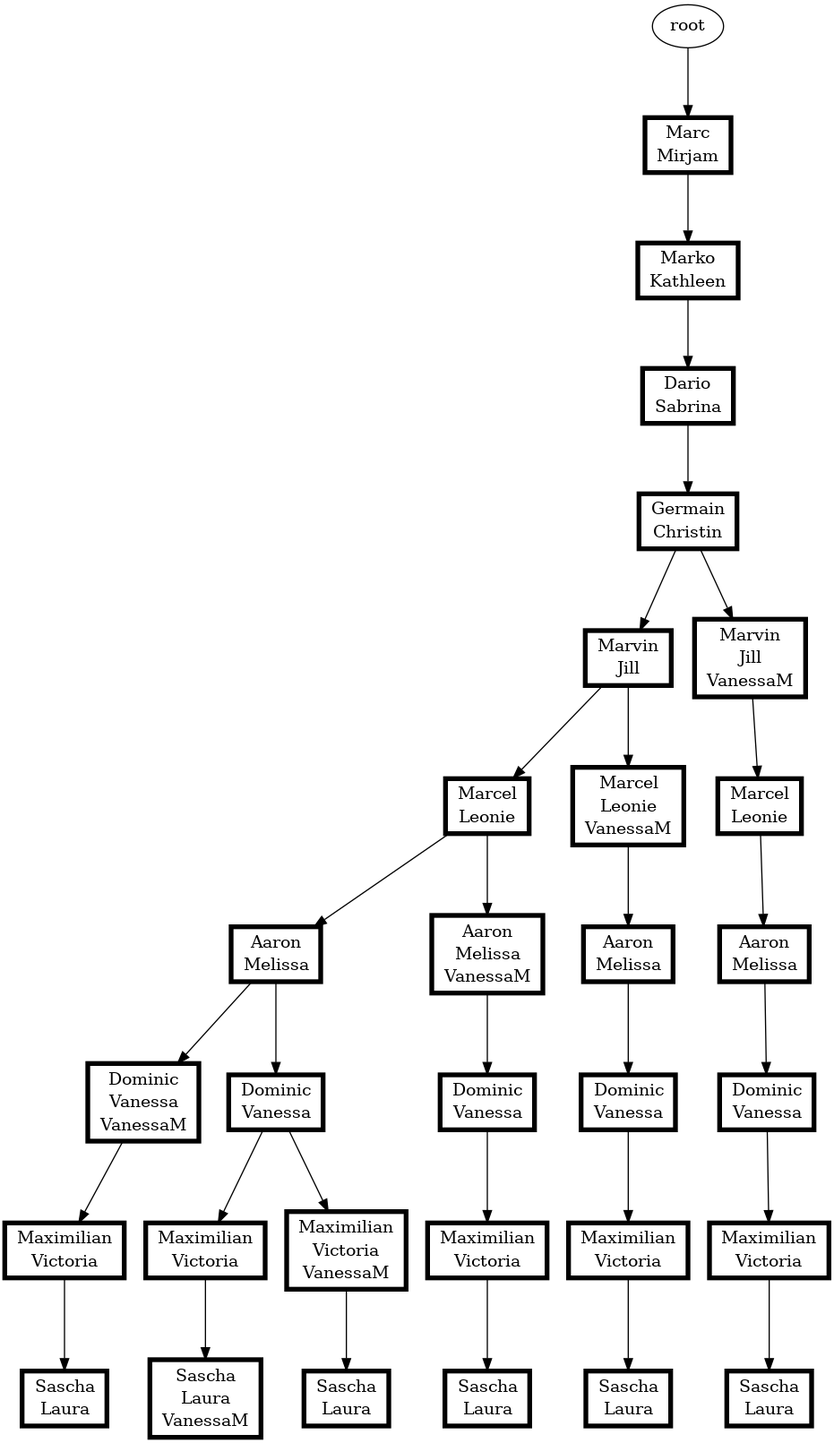
Before: s02/s02.png, a diagram exported from Graphviz (atticus-sullivan/sim-ayto). Its source is kept beside it as s02/s02.dot.
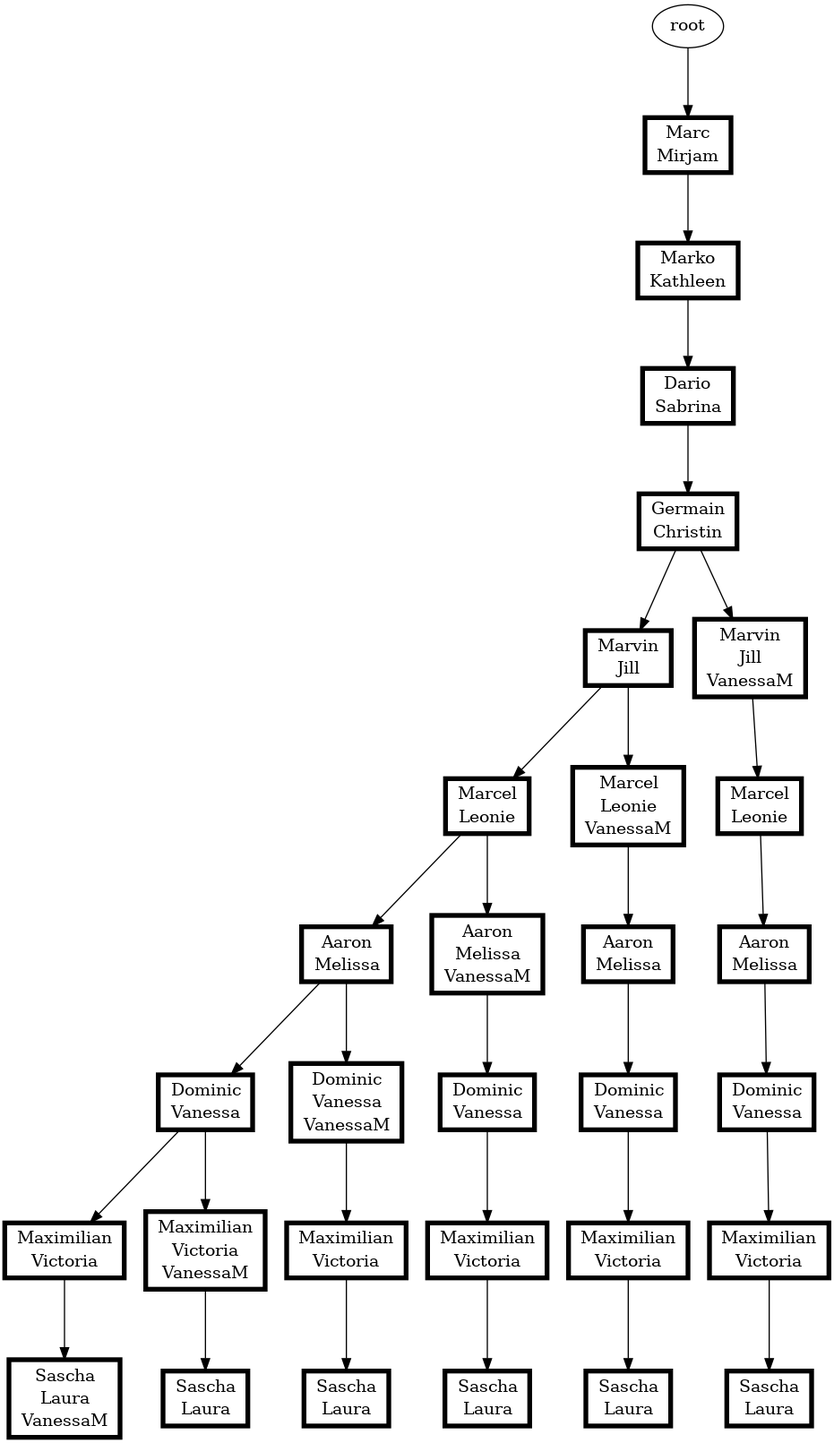
After the commit.

Change to the diagram source:
```diff
@@ -2,62 +2,62 @@
 ranksep=0.8;
 {"root|5|7|7|3|2|8|4|1|8|2|6|5|1|6|3|9|9|10|10|4,11"[shape="record" penwidth=4.0 color="black" label=<<table border="0" cellborder="0" cellspacing="0"><tr><td>Sascha</td></tr><tr><td>Laura</td></tr><tr><td>VanessaM</td></tr></table>>]}
 "root|5|7|7|3|2|8|4|1|8|2|6|5|1|6|3|9|9|10" -> {"root|5|7|7|3|2|8|4|1|8|2|6|5|1|6|3|9|9|10|10|4,11"}
-{"root|5|7|7|3|2|8|4|1|8|2|6|5|1|6|3|9,11"[shape="record" penwidth=4.0 color="black" label=<<table border="0" cellborder="0" cellspacing="0"><tr><td>Dominic</td></tr><tr><td>Vanessa</td></tr><tr><td>VanessaM</td></tr></table>>]}
-"root|5|7|7|3|2|8|4|1|8|2|6|5|1|6" -> {"root|5|7|7|3|2|8|4|1|8|2|6|5|1|6|3|9,11"}
-{"root|5|7|7|3"[shape="record" penwidth=4.0 color="black" label=<<table border="0" cellborder="0" cellspacing="0"><tr><td>Marko</td></tr><tr><td>Kathleen</td></tr></table>>]}
-"root|5|7" -> {"root|5|7|7|3"}
+{"root|5|7|7|3|2|8|4|1|8|2|6|5"[shape="record" penwidth=4.0 color="black" label=<<table border="0" cellborder="0" cellspacing="0"><tr><td>Marcel</td></tr><tr><td>Leonie</td></tr></table>>]}
+"root|5|7|7|3|2|8|4|1|8|2" -> {"root|5|7|7|3|2|8|4|1|8|2|6|5"}
+{"root|5|7|7|3|2|8|4|1|8|2,11|6|5|1|6|3|9|9|10|10|4"[shape="record" penwidth=4.0 color="black" label=<<table border="0" cellborder="0" cellspacing="0"><tr><td>Sascha</td></tr><tr><td>Laura</td></tr></table>>]}
+"root|5|7|7|3|2|8|4|1|8|2,11|6|5|1|6|3|9|9|10" -> {"root|5|7|7|3|2|8|4|1|8|2,11|6|5|1|6|3|9|9|10|10|4"}
+{"root|5|7|7|3|2|8|4|1|8|2|6|5|1|6|3|9|9|10,11|10|4"[shape="record" penwidth=4.0 color="black" label=<<table border="0" cellborder="0" cellspacing="0"><tr><td>Sascha</td></tr><tr><td>Laura</td></tr></table>>]}
+"root|5|7|7|3|2|8|4|1|8|2|6|5|1|6|3|9|9|10,11" -> {"root|5|7|7|3|2|8|4|1|8|2|6|5|1|6|3|9|9|10,11|10|4"}
+{"root|5|7"[shape="record" penwidth=4.0 color="black" label=<<table border="0" cellborder="0" cellspacing="0"><tr><td>Marc</td></tr><tr><td>Mirjam</td></tr></table>>]}
+"root" -> {"root|5|7"}
+{"root|5|7|7|3|2|8|4|1|8|2"[shape="record" penwidth=4.0 color="black" label=<<table border="0" cellborder="0" cellspacing="0"><tr><td>Marvin</td></tr><tr><td>Jill</td></tr></table>>]}
+"root|5|7|7|3|2|8|4|1" -> {"root|5|7|7|3|2|8|4|1|8|2"}
 {"root|5|7|7|3|2|8|4|1|8|2|6|5|1|6|3|9|9|10"[shape="record" penwidth=4.0 color="black" label=<<table border="0" cellborder="0" cellspacing="0"><tr><td>Maximilian</td></tr><tr><td>Victoria</td></tr></table>>]}
 "root|5|7|7|3|2|8|4|1|8|2|6|5|1|6|3|9" -> {"root|5|7|7|3|2|8|4|1|8|2|6|5|1|6|3|9|9|10"}
-{"root|5|7|7|3|2|8|4|1|8|2|6|5"[shape="record" penwidth=4.0 color="black" label=<<table border="0" cellborder="0" cellspacing="0"><tr><td>Marcel</td></tr><tr><td>Leonie</td></tr></table>>]}
-"root|5|7|7|3|2|8|4|1|8|2" -> {"root|5|7|7|3|2|8|4|1|8|2|6|5"}
-{"root|5|7"[shape="record" penwidth=4.0 color="black" label=<<table border="0" cellborder="0" cellspacing="0"><tr><td>Marc</td></tr><tr><td>Mirjam</td></tr></table>>]}
-"root" -> {"root|5|7"}
-{"root|5|7|7|3|2|8|4|1|8|2|6|5|1|6|3|9|9|10,11"[shape="record" penwidth=4.0 color="black" label=<<table border="0" cellborder="0" cellspacing="0"><tr><td>Maximilian</td></tr><tr><td>Victoria</td></tr><tr><td>VanessaM</td></tr></table>>]}
-"root|5|7|7|3|2|8|4|1|8|2|6|5|1|6|3|9" -> {"root|5|7|7|3|2|8|4|1|8|2|6|5|1|6|3|9|9|10,11"}
+{"root|5|7|7|3|2|8|4|1|8|2,11|6|5|1|6|3|9"[shape="record" penwidth=4.0 color="black" label=<<table border="0" cellborder="0" cellspacing="0"><tr><td>Dominic</td></tr><tr><td>Vanessa</td></tr></table>>]}
+"root|5|7|7|3|2|8|4|1|8|2,11|6|5|1|6" -> {"root|5|7|7|3|2|8|4|1|8|2,11|6|5|1|6|3|9"}
+{"root|5|7|7|3|2|8|4|1|8|2|6|5|1|6|3|9,11|9|10"[shape="record" penwidth=4.0 color="black" label=<<table border="0" cellborder="0" cellspacing="0"><tr><td>Maximilian</td></tr><tr><td>Victoria</td></tr></table>>]}
+"root|5|7|7|3|2|8|4|1|8|2|6|5|1|6|3|9,11" -> {"root|5|7|7|3|2|8|4|1|8|2|6|5|1|6|3|9,11|9|10"}
+{"root|5|7|7|3|2|8|4|1|8|2|6|5,11|1|6|3|9"[shape="record" penwidth=4.0 color="black" label=<<table border="0" cellborder="0" cellspacing="0"><tr><td>Dominic</td></tr><tr><td>Vanessa</td></tr></table>>]}
+"root|5|7|7|3|2|8|4|1|8|2|6|5,11|1|6" -> {"root|5|7|7|3|2|8|4|1|8|2|6|5,11|1|6|3|9"}
+{"root|5|7|7|3|2|8"[shape="record" penwidth=4.0 color="black" label=<<table border="0" cellborder="0" cellspacing="0"><tr><td>Dario</td></tr><tr><td>Sabrina</td></tr></table>>]}
+"root|5|7|7|3" -> {"root|5|7|7|3|2|8"}
+{"root|5|7|7|3|2|8|4|1|8|2,11|6|5|1|6|3|9|9|10"[shape="record" penwidth=4.0 color="black" label=<<table border="0" cellborder="0" cellspacing="0"><tr><td>Maximilian</td></tr><tr><td>Victoria</td></tr></table>>]}
+"root|5|7|7|3|2|8|4|1|8|2,11|6|5|1|6|3|9" -> {"root|5|7|7|3|2|8|4|1|8|2,11|6|5|1|6|3|9|9|10"}
+{"root|5|7|7|3|2|8|4|1|8|2|6|5|1|6|3|9"[shape="record" penwidth=4.0 color="black" label=<<table border="0" cellborder="0" cellspacing="0"><tr><td>Dominic</td></tr><tr><td>Vanessa</td></tr></table>>]}
+"root|5|7|7|3|2|8|4|1|8|2|6|5|1|6" -> {"root|5|7|7|3|2|8|4|1|8|2|6|5|1|6|3|9"}
+{"root|5|7|7|3|2|8|4|1|8|2|6|5|1|6"[shape="record" penwidth=4.0 color="black" label=<<table border="0" cellborder="0" cellspacing="0"><tr><td>Aaron</td></tr><tr><td>Melissa</td></tr></table>>]}
+"root|5|7|7|3|2|8|4|1|8|2|6|5" -> {"root|5|7|7|3|2|8|4|1|8|2|6|5|1|6"}
+{"root|5|7|7|3|2|8|4|1|8|2,11"[shape="record" penwidth=4.0 color="black" label=<<table border="0" cellborder="0" cellspacing="0"><tr><td>Marvin</td></tr><tr><td>Jill</td></tr><tr><td>VanessaM</td></tr></table>>]}
+"root|5|7|7|3|2|8|4|1" -> {"root|5|7|7|3|2|8|4|1|8|2,11"}
+{"root|5|7|7|3|2|8|4|1|8|2|6|5|1|6,11|3|9|9|10"[shape="record" penwidth=4.0 color="black" label=<<table border="0" cellborder="0" cellspacing="0"><tr><td>Maximilian</td></tr><tr><td>Victoria</td></tr></table>>]}
+"root|5|7|7|3|2|8|4|1|8|2|6|5|1|6,11|3|9" -> {"root|5|7|7|3|2|8|4|1|8|2|6|5|1|6,11|3|9|9|10"}
 {"root|5|7|7|3|2|8|4|1|8|2|6|5|1|6|3|9,11|9|10|10|4"[shape="record" penwidth=4.0 color="black" label=<<table border="0" cellborder="0" cellspacing="0"><tr><td>Sascha</td></tr><tr><td>Laura</td></tr></table>>]}
 "root|5|7|7|3|2|8|4|1|8|2|6|5|1|6|3|9,11|9|10" -> {"root|5|7|7|3|2|8|4|1|8|2|6|5|1|6|3|9,11|9|10|10|4"}
-{"root|5|7|7|3|2|8|4|1|8|2|6|5|1|6|3|9"[shape="record" penwidth=4.0 color="black" label=<<table border="0" cellborder="0" cellspacing="0"><tr><td>Dominic</td></tr><tr><td>Vanessa</td></tr></table>>]}
-"root|5|7|7|3|2|8|4|1|8|2|6|5|1|6" -> {"root|5|7|7|3|2|8|4|1|8|2|6|5|1|6|3|9"}
-{"root|5|7|7|3|2|8|4|1|8|2|6|5|1|6,11"[shape="record" penwidth=4.0 color="black" label=<<table border="0" cellborder="0" cellspacing="0"><tr><td>Aaron</td></tr><tr><td>Melissa</td></tr><tr><td>VanessaM</td></tr></table>>]}
-"root|5|7|7|3|2|8|4|1|8|2|6|5" -> {"root|5|7|7|3|2|8|4|1|8|2|6|5|1|6,11"}
-{"root|5|7|7|3|2|8|4|1|8|2|6|5|1|6,11|3|9|9|10"[shape="record" penwidth=4.0 color="black" label=<<table border="0" cellborder="0" cellspacing="0"><tr><td>Maximilian</td></tr><tr><td>Victoria</td></tr></table>>]}
-"root|5|7|7|3|2|8|4|1|8|2|6|5|1|6,11|3|9" -> {"root|5|7|7|3|2|8|4|1|8|2|6|5|1|6,11|3|9|9|10"}
+{"root|5|7|7|3|2|8|4|1"[shape="record" penwidth=4.0 color="black" label=<<table border="0" cellborder="0" cellspacing="0"><tr><td>Germain</td></tr><tr><td>Christin</td></tr></table>>]}
+"root|5|7|7|3|2|8" -> {"root|5|7|7|3|2|8|4|1"}
+{"root|5|7|7|3|2|8|4|1|8|2|6|5,11|1|6|3|9|9|10"[shape="record" penwidth=4.0 color="black" label=<<table border="0" cellborder="0" cellspacing="0"><tr><td>Maximilian</td></tr><tr><td>Victoria</td></tr></table>>]}
+"root|5|7|7|3|2|8|4|1|8|2|6|5,11|1|6|3|9" -> {"root|5|7|7|3|2|8|4|1|8|2|6|5,11|1|6|3|9|9|10"}
+{"root|5|7|7|3|2|8|4|1|8|2|6|5|1|6,11|3|9|9|10|10|4"[shape="record" penwidth=4.0 color="black" label=<<table border="0" cellborder="0" cellspacing="0"><tr><td>Sascha</td></tr><tr><td>Laura</td></tr></table>>]}
+"root|5|7|7|3|2|8|4|1|8|2|6|5|1|6,11|3|9|9|10" -> {"root|5|7|7|3|2|8|4|1|8|2|6|5|1|6,11|3|9|9|10|10|4"}
 {"root|5|7|7|3|2|8|4|1|8|2|6|5,11"[shape="record" penwidth=4.0 color="black" label=<<table border="0" cellborder="0" cellspacing="0"><tr><td>Marcel</td></tr><tr><td>Leonie</td></tr><tr><td>VanessaM</td></tr></table>>]}
 "root|5|7|7|3|2|8|4|1|8|2" -> {"root|5|7|7|3|2|8|4|1|8|2|6|5,11"}
-{"root|5|7|7|3|2|8|4|1|8|2,11|6|5"[shape="record" penwidth=4.0 color="black" label=<<table border="0" cellborder="0" cellspacing="0"><tr><td>Marcel</td></tr><tr><td>Leonie</td></tr></table>>]}
-"root|5|7|7|3|2|8|4|1|8|2,11" -> {"root|5|7|7|3|2|8|4|1|8|2,11|6|5"}
-{"root|5|7|7|3|2|8|4|1|8|2|6|5|1|6"[shape="record" penwidth=4.0 color="black" label=<<table border="0" cellborder="0" cellspacing="0"><tr><td>Aaron</td></tr><tr><td>Melissa</td></tr></table>>]}
-"root|5|7|7|3|2|8|4|1|8|2|6|5" -> {"root|5|7|7|3|2|8|4|1|8|2|6|5|1|6"}
 {"root|5|7|7|3|2|8|4|1|8|2|6|5|1|6,11|3|9"[shape="record" penwidth=4.0 color="black" label=<<table border="0" cellborder="0" cellspacing="0"><tr><td>Dominic</td></tr><tr><td>Vanessa</td></tr></table>>]}
 "root|5|7|7|3|2|8|4|1|8|2|6|5|1|6,11" -> {"root|5|7|7|3|2|8|4|1|8|2|6|5|1|6,11|3|9"}
-{"root|5|7|7|3|2|8|4|1|8|2|6|5,11|1|6|3|9|9|10"[shape="record" penwidth=4.0 color="black" label=<<table border="0" cellborder="0" cellspacing="0"><tr><td>Maximilian</td></tr><tr><td>Victoria</td></tr></table>>]}
-"root|5|7|7|3|2|8|4|1|8|2|6|5,11|1|6|3|9" -> {"root|5|7|7|3|2|8|4|1|8|2|6|5,11|1|6|3|9|9|10"}
-{"root|5|7|7|3|2|8|4|1|8|2,11|6|5|1|6|3|9"[shape="record" penwidth=4.0 color="black" label=<<table border="0" cellborder="0" cellspacing="0"><tr><td>Dominic</td></tr><tr><td>Vanessa</td></tr></table>>]}
-"root|5|7|7|3|2|8|4|1|8|2,11|6|5|1|6" -> {"root|5|7|7|3|2|8|4|1|8|2,11|6|5|1|6|3|9"}
-{"root|5|7|7|3|2|8|4|1|8|2,11"[shape="record" penwidth=4.0 color="black" label=<<table border="0" cellborder="0" cellspacing="0"><tr><td>Marvin</td></tr><tr><td>Jill</td></tr><tr><td>VanessaM</td></tr></table>>]}
-"root|5|7|7|3|2|8|4|1" -> {"root|5|7|7|3|2|8|4|1|8|2,11"}
 {"root|5|7|7|3|2|8|4|1|8|2,11|6|5|1|6"[shape="record" penwidth=4.0 color="black" label=<<table border="0" cellborder="0" cellspacing="0"><tr><td>Aaron</td></tr><tr><td>Melissa</td></tr></table>>]}
 "root|5|7|7|3|2|8|4|1|8|2,11|6|5" -> {"root|5|7|7|3|2|8|4|1|8|2,11|6|5|1|6"}
 {"root|5|7|7|3|2|8|4|1|8|2|6|5,11|1|6|3|9|9|10|10|4"[shape="record" penwidth=4.0 color="black" label=<<table border="0" cellborder="0" cellspacing="0"><tr><td>Sascha</td></tr><tr><td>Laura</td></tr></table>>]}
 "root|5|7|7|3|2|8|4|1|8|2|6|5,11|1|6|3|9|9|10" -> {"root|5|7|7|3|2|8|4|1|8|2|6|5,11|1|6|3|9|9|10|10|4"}
-{"root|5|7|7|3|2|8|4|1|8|2|6|5|1|6,11|3|9|9|10|10|4"[shape="record" penwidth=4.0 color="black" label=<<table border="0" cellborder="0" cellspacing="0"><tr><td>Sascha</td></tr><tr><td>Laura</td></tr></table>>]}
-"root|5|7|7|3|2|8|4|1|8|2|6|5|1|6,11|3|9|9|10" -> {"root|5|7|7|3|2|8|4|1|8|2|6|5|1|6,11|3|9|9|10|10|4"}
-{"root|5|7|7|3|2|8|4|1|8|2|6|5|1|6|3|9,11|9|10"[shape="record" penwidth=4.0 color="black" label=<<table border="0" cellborder="0" cellspacing="0"><tr><td>Maximilian</td></tr><tr><td>Victoria</td></tr></table>>]}
-"root|5|7|7|3|2|8|4|1|8|2|6|5|1|6|3|9,11" -> {"root|5|7|7|3|2|8|4|1|8|2|6|5|1|6|3|9,11|9|10"}
-{"root|5|7|7|3|2|8|4|1|8|2,11|6|5|1|6|3|9|9|10"[shape="record" penwidth=4.0 color="black" label=<<table border="0" cellborder="0" cellspacing="0"><tr><td>Maximilian</td></tr><tr><td>Victoria</td></tr></table>>]}
-"root|5|7|7|3|2|8|4|1|8|2,11|6|5|1|6|3|9" -> {"root|5|7|7|3|2|8|4|1|8|2,11|6|5|1|6|3|9|9|10"}
-{"root|5|7|7|3|2|8"[shape="record" penwidth=4.0 color="black" label=<<table border="0" cellborder="0" cellspacing="0"><tr><td>Dario</td></tr><tr><td>Sabrina</td></tr></table>>]}
-"root|5|7|7|3" -> {"root|5|7|7|3|2|8"}
-{"root|5|7|7|3|2|8|4|1"[shape="record" penwidth=4.0 color="black" label=<<table border="0" cellborder="0" cellspacing="0"><tr><td>Germain</td></tr><tr><td>Christin</td></tr></table>>]}
-"root|5|7|7|3|2|8" -> {"root|5|7|7|3|2|8|4|1"}
-{"root|5|7|7|3|2|8|4|1|8|2|6|5,11|1|6|3|9"[shape="record" penwidth=4.0 color="black" label=<<table border="0" cellborder="0" cellspacing="0"><tr><td>Dominic</td></tr><tr><td>Vanessa</td></tr></table>>]}
-"root|5|7|7|3|2|8|4|1|8|2|6|5,11|1|6" -> {"root|5|7|7|3|2|8|4|1|8|2|6|5,11|1|6|3|9"}
+{"root|5|7|7|3|2|8|4|1|8|2|6|5|1|6|3|9,11"[shape="record" penwidth=4.0 color="black" label=<<table border="0" cellborder="0" cellspacing="0"><tr><td>Dominic</td></tr><tr><td>Vanessa</td></tr><tr><td>VanessaM</td></tr></table>>]}
+"root|5|7|7|3|2|8|4|1|8|2|6|5|1|6" -> {"root|5|7|7|3|2|8|4|1|8|2|6|5|1|6|3|9,11"}
+{"root|5|7|7|3|2|8|4|1|8|2|6|5|1|6|3|9|9|10,11"[shape="record" penwidth=4.0 color="black" label=<<table border="0" cellborder="0" cellspacing="0"><tr><td>Maximilian</td></tr><tr><td>Victoria</td></tr><tr><td>VanessaM</td></tr></table>>]}
+"root|5|7|7|3|2|8|4|1|8|2|6|5|1|6|3|9" -> {"root|5|7|7|3|2|8|4|1|8|2|6|5|1|6|3|9|9|10,11"}
 {"root|5|7|7|3|2|8|4|1|8|2|6|5,11|1|6"[shape="record" penwidth=4.0 color="black" label=<<table border="0" cellborder="0" cellspacing="0"><tr><td>Aaron</td></tr><tr><td>Melissa</td></tr></table>>]}
 "root|5|7|7|3|2|8|4|1|8|2|6|5,11" -> {"root|5|7|7|3|2|8|4|1|8|2|6|5,11|1|6"}
-{"root|5|7|7|3|2|8|4|1|8|2"[shape="record" penwidth=4.0 color="black" label=<<table border="0" cellborder="0" cellspacing="0"><tr><td>Marvin</td></tr><tr><td>Jill</td></tr></table>>]}
-"root|5|7|7|3|2|8|4|1" -> {"root|5|7|7|3|2|8|4|1|8|2"}
-{"root|5|7|7|3|2|8|4|1|8|2|6|5|1|6|3|9|9|10,11|10|4"[shape="record" penwidth=4.0 color="black" label=<<table border="0" cellborder="0" cellspacing="0"><tr><td>Sascha</td></tr><tr><td>Laura</td></tr></table>>]}
-"root|5|7|7|3|2|8|4|1|8|2|6|5|1|6|3|9|9|10,11" -> {"root|5|7|7|3|2|8|4|1|8|2|6|5|1|6|3|9|9|10,11|10|4"}
-{"root|5|7|7|3|2|8|4|1|8|2,11|6|5|1|6|3|9|9|10|10|4"[shape="record" penwidth=4.0 color="black" label=<<table border="0" cellborder="0" cellspacing="0"><tr><td>Sascha</td></tr><tr><td>Laura</td></tr></table>>]}
-"root|5|7|7|3|2|8|4|1|8|2,11|6|5|1|6|3|9|9|10" -> {"root|5|7|7|3|2|8|4|1|8|2,11|6|5|1|6|3|9|9|10|10|4"}
+{"root|5|7|7|3"[shape="record" penwidth=4.0 color="black" label=<<table border="0" cellborder="0" cellspacing="0"><tr><td>Marko</td></tr><tr><td>Kathleen</td></tr></table>>]}
+"root|5|7" -> {"root|5|7|7|3"}
+{"root|5|7|7|3|2|8|4|1|8|2|6|5|1|6,11"[shape="record" penwidth=4.0 color="black" label=<<table border="0" cellborder="0" cellspacing="0"><tr><td>Aaron</td></tr><tr><td>Melissa</td></tr><tr><td>VanessaM</td></tr></table>>]}
+"root|5|7|7|3|2|8|4|1|8|2|6|5" -> {"root|5|7|7|3|2|8|4|1|8|2|6|5|1|6,11"}
+{"root|5|7|7|3|2|8|4|1|8|2,11|6|5"[shape="record" penwidth=4.0 color="black" label=<<table border="0" cellborder="0" cellspacing="0"><tr><td>Marcel</td></tr><tr><td>Leonie</td></tr></table>>]}
+"root|5|7|7|3|2|8|4|1|8|2,11" -> {"root|5|7|7|3|2|8|4|1|8|2,11|6|5"}
 }
```
